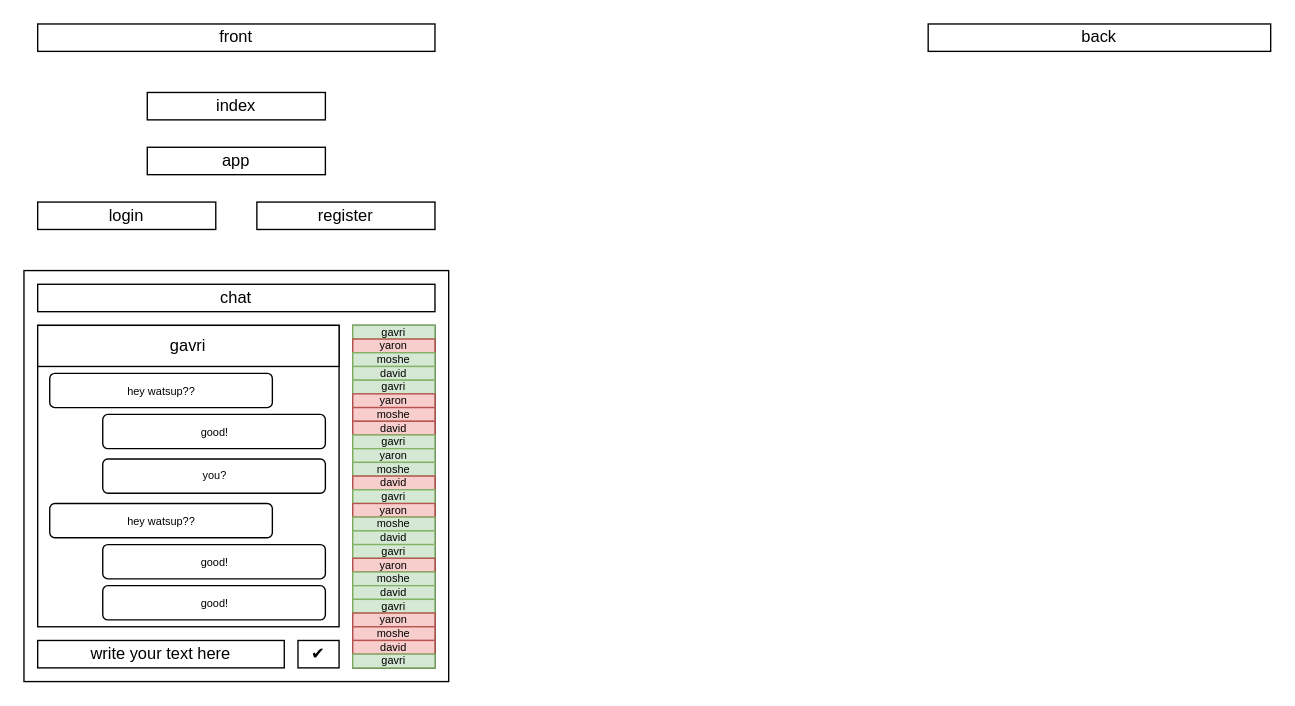
The draw.io diagram Untitled Diagram.drawio in avivpolak/aviv-chat, before the edit. Source tidied: cells renumbered, new cells numbered last; positions are measured from the earlier drawing's top-left corner, leaving out a move shared by most shapes. Both pictures are drawn from the tidied source at 137%, with x=0, y=0 at pixel (23, 23).
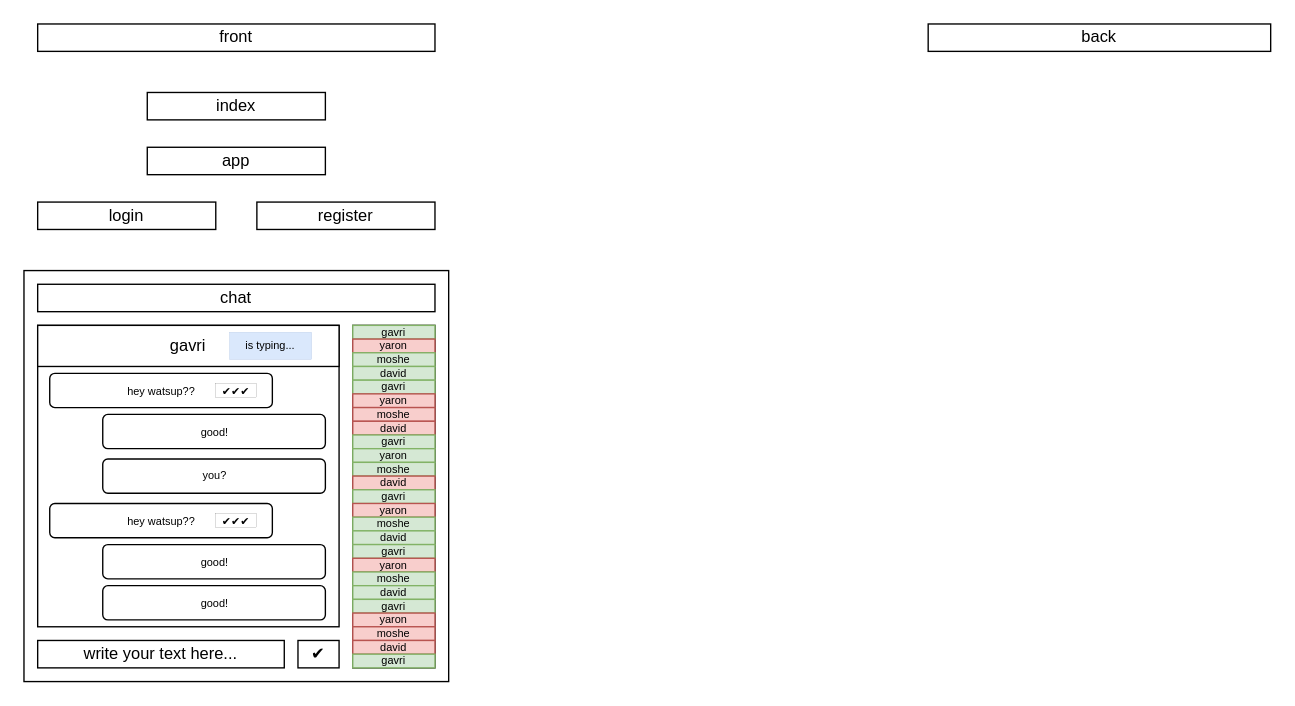
Above is the later version.

Change to the diagram source:
```diff
@@
-    <mxCell id="12" value="write your text here" style="rounded=0;whiteSpace=wrap;html=1;" parent="1" vertex="1">
+    <mxCell id="12" value="write your text here..." style="rounded=0;whiteSpace=wrap;html=1;" parent="1" vertex="1">
       <mxGeometry x="10" y="450" width="180" height="20" as="geometry" />
     </mxCell>
@@
+    <mxCell id="46" value="is typing..." style="rounded=0;whiteSpace=wrap;html=1;fontSize=8;strokeWidth=0;fillColor=#dae8fc;strokeColor=#6c8ebf;" parent="1" vertex="1">
+      <mxGeometry x="150" y="225" width="60" height="20" as="geometry" />
+    </mxCell>
+    <mxCell id="47" value="✔✔✔" style="rounded=0;whiteSpace=wrap;html=1;fontSize=8;strokeWidth=0;" parent="1" vertex="1">
+      <mxGeometry x="140" y="262.5" width="30" height="10" as="geometry" />
+    </mxCell>
+    <mxCell id="48" value="✔✔✔" style="rounded=0;whiteSpace=wrap;html=1;fontSize=8;strokeWidth=0;" parent="1" vertex="1">
+      <mxGeometry x="140" y="357.5" width="30" height="10" as="geometry" />
+    </mxCell>
```
